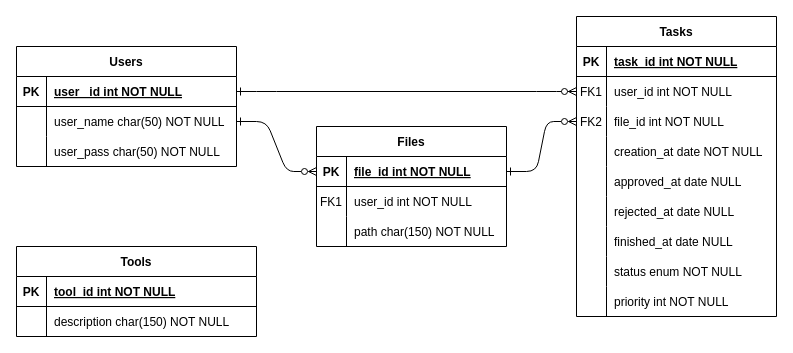
This is docs/design/db/db-entity-relationship.drawio from Leandro-Bertoluzzi/remote-cnc, a draw.io file, before an edit. Source tidied: cells renumbered, new cells numbered last; positions are measured from the earlier drawing's top-left corner, leaving out a move shared by most shapes. Both pictures are drawn from the tidied source at 100%, with x=0, y=0 at pixel (16, 16).
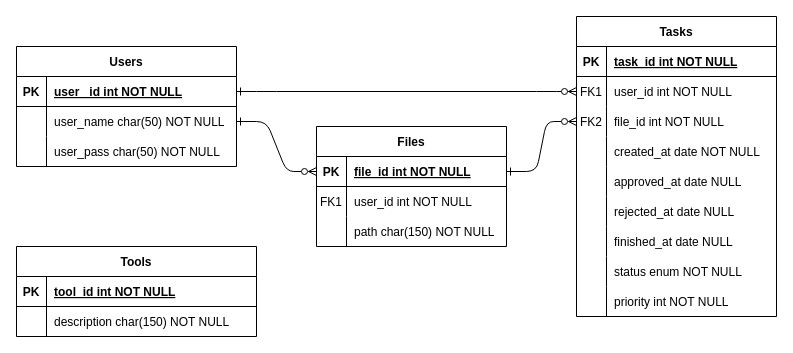
After the change.

Unchanged cells that the change refers to:
```xml
<mxCell id="13" style="shape=partialRectangle;fillColor=none;top=0;left=0;right=0;bottom=0;" parent="3" vertex="1">
  <mxGeometry y="120" width="200" height="30" as="geometry" />
</mxCell>
```

Diff of the diagram source:
```diff
@@
-    <mxCell id="15" value="creation_at date NOT NULL" style="shape=partialRectangle;overflow=hidden;fillColor=none;top=0;left=0;bottom=0;right=0;align=left;spacingLeft=6;" parent="13" vertex="1">
+    <mxCell id="15" value="created_at date NOT NULL" style="shape=partialRectangle;overflow=hidden;fillColor=none;top=0;left=0;bottom=0;right=0;align=left;spacingLeft=6;" parent="13" vertex="1">
       <mxGeometry x="30" width="170" height="30" as="geometry" />
     </mxCell>
```
